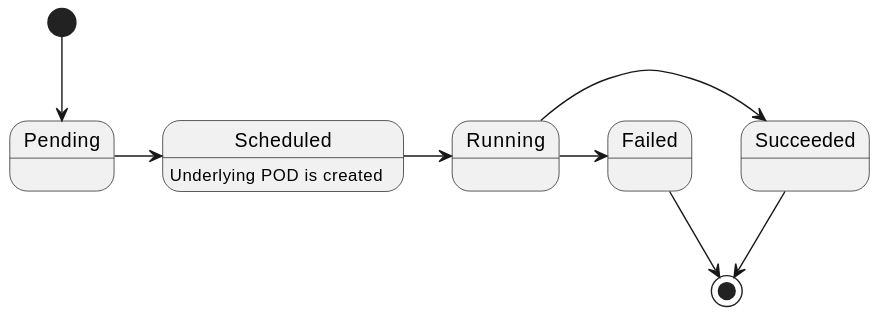
Earlier version of the PlantUML export docs/_assets/pod_function_build_state.svg (tuna-headquater/tuna-fusion). Source of this version:
```plantuml
@startuml
[*] --> Pending

Pending -> Scheduled

Scheduled: Underlying POD is created

Scheduled -> Running
Running -> Succeeded
Running -> Failed

Failed --> [*]
Succeeded --> [*]
@enduml
```
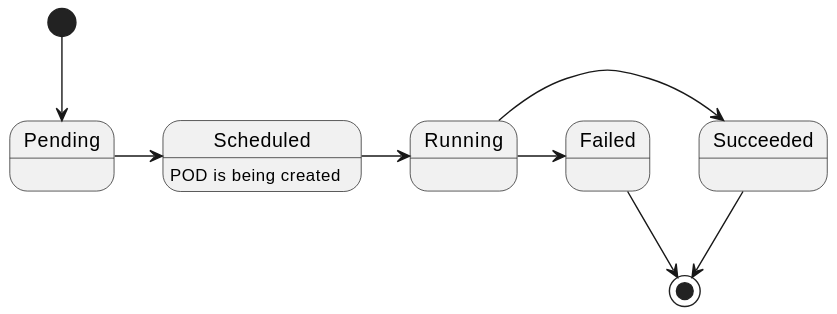
Above is the later version.

What changed in the source:
```diff
@@ -3,7 +3,7 @@
 
 Pending -> Scheduled
 
-Scheduled: Underlying POD is created
+Scheduled: POD is being created
 
 Scheduled -> Running
 Running -> Succeeded
```
